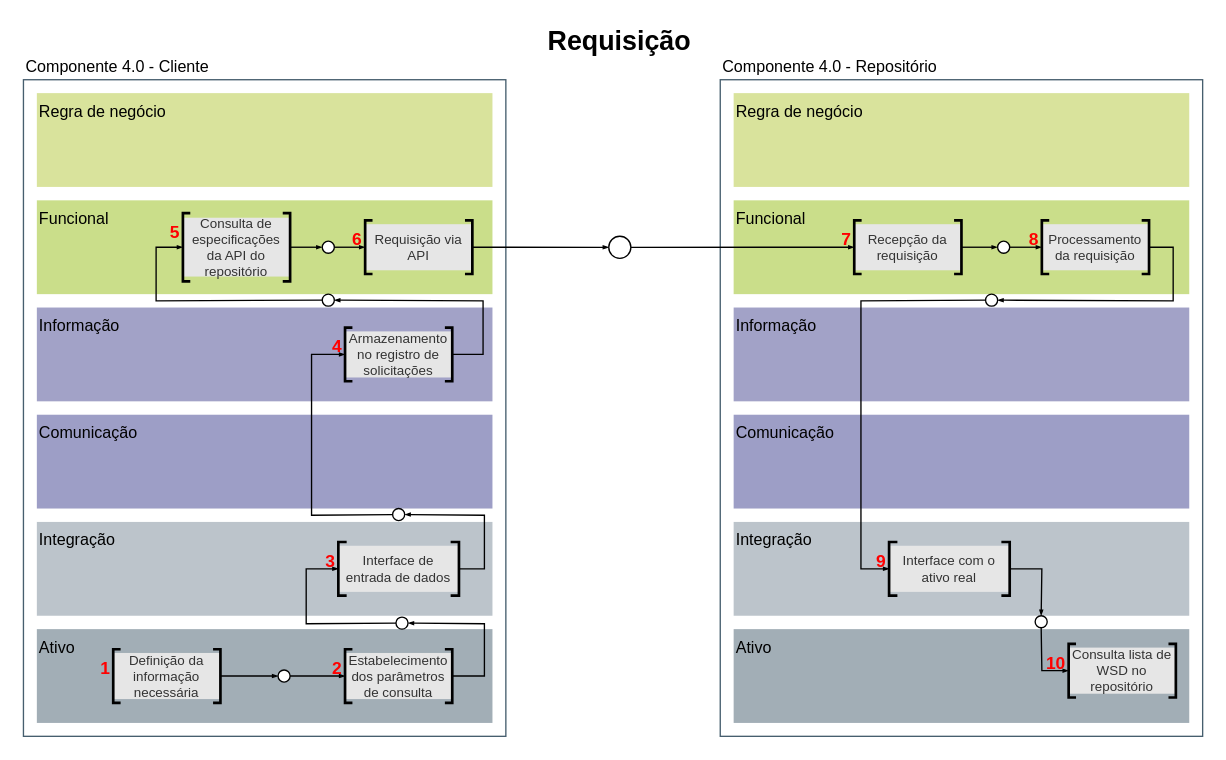
Before: page "rami-busca-requisicao" (11 of 16) of imagens/diagramas/diagramas.drawio in hvitoi/i4.0-PLM, a draw.io diagram. Source tidied: cells renumbered, new cells numbered last; positions are measured from the earlier drawing's top-left corner, leaving out a move shared by most shapes. Both pictures are drawn from the tidied source at 134%, with x=0, y=0 at pixel (23, 25).
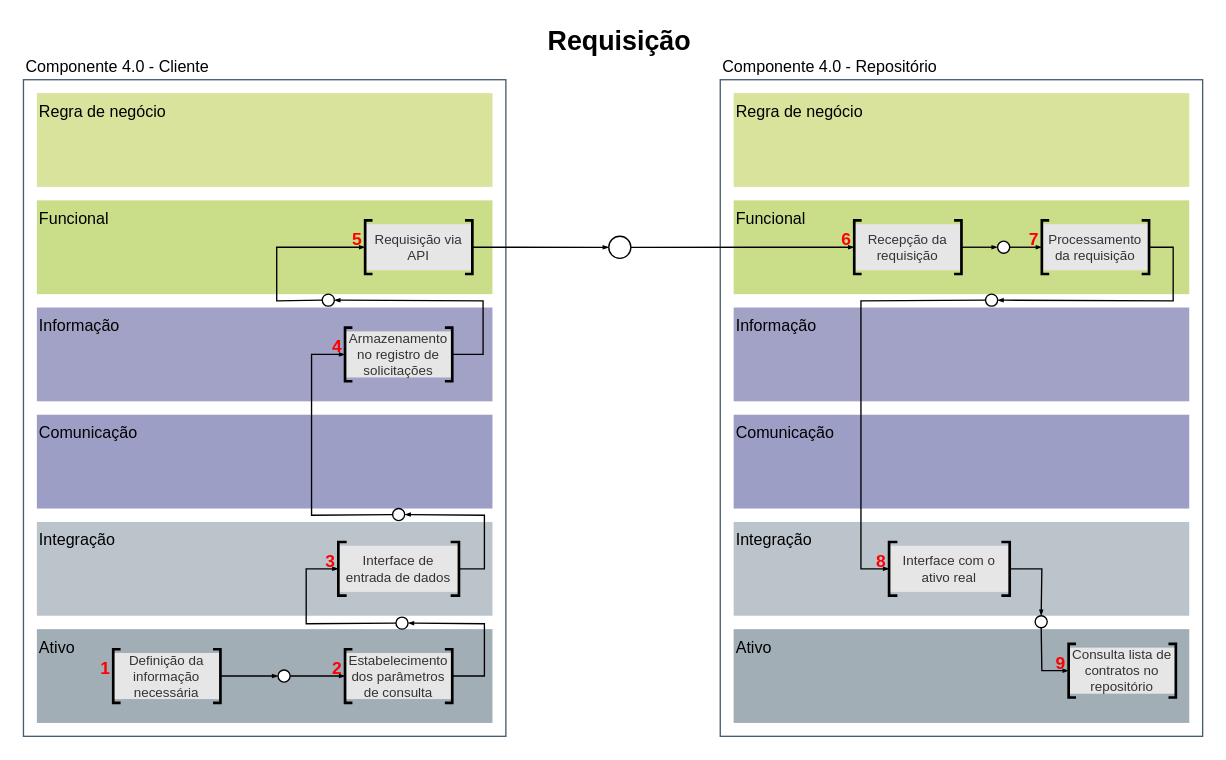
The same diagram, later.

The change refers to these unchanged cells:
```xml
<mxCell id="4" style="group;" parent="3" vertex="1">
  <mxGeometry width="350" height="480" as="geometry" />
</mxCell>
<mxCell id="38" style="group;" parent="37" vertex="1">
  <mxGeometry width="350" height="480" as="geometry" />
</mxCell>
<mxCell id="56" style="ellipse;whiteSpace=wrap;html=1;labelBackgroundColor=none;strokeColor=#000000;strokeWidth=1;fillColor=#ffffff;fontSize=10;fontColor=#000000;" parent="38" vertex="1">
  <mxGeometry x="213" y="150" width="9" height="9" as="geometry" />
</mxCell>
<mxCell id="79" style="strokeWidth=2;html=1;shape=mxgraph.flowchart.annotation_1;align=left;" parent="77" vertex="1">
  <mxGeometry width="5.5" height="40" as="geometry" />
</mxCell>
```

What changed in the source:
```diff
@@
-    <mxCell id="18" value="7" style="group;fontStyle=1;labelPosition=left;verticalLabelPosition=middle;align=right;verticalAlign=top;fontSize=13;fontColor=#FF0000;" parent="4" vertex="1">
+    <mxCell id="18" value="6" style="group;fontStyle=1;labelPosition=left;verticalLabelPosition=middle;align=right;verticalAlign=top;fontSize=13;fontColor=#FF0000;" parent="4" vertex="1">
       <mxGeometry x="90" y="95" width="80" height="40" as="geometry" />
     </mxCell>
@@
-    <mxCell id="22" value="8" style="group;fontStyle=1;labelPosition=left;verticalLabelPosition=middle;align=right;verticalAlign=top;fontSize=13;fontColor=#FF0000;" parent="4" vertex="1">
+    <mxCell id="22" value="7" style="group;fontStyle=1;labelPosition=left;verticalLabelPosition=middle;align=right;verticalAlign=top;fontSize=13;fontColor=#FF0000;" parent="4" vertex="1">
       <mxGeometry x="230" y="95" width="80" height="40" as="geometry" />
     </mxCell>
@@
-    <mxCell id="26" value="10" style="group;fontStyle=1;labelPosition=left;verticalLabelPosition=middle;align=right;verticalAlign=top;fontSize=13;fontColor=#FF0000;" parent="4" vertex="1">
+    <mxCell id="26" value="9" style="group;fontStyle=1;labelPosition=left;verticalLabelPosition=middle;align=right;verticalAlign=top;fontSize=13;fontColor=#FF0000;" parent="4" vertex="1">
       <mxGeometry x="250" y="411" width="80" height="40" as="geometry" />
     </mxCell>
-    <mxCell id="27" value="Consulta lista de WSD no repositório" style="rounded=0;whiteSpace=wrap;labelBackgroundColor=none;fontSize=10;fontColor=#333333;strokeColor=none;fontStyle=0;fillColor=#E6E6E6;" parent="26" vertex="1">
+    <mxCell id="27" value="Consulta lista de contratos no repositório" style="rounded=0;whiteSpace=wrap;labelBackgroundColor=none;fontSize=10;fontColor=#333333;strokeColor=none;fontStyle=0;fillColor=#E6E6E6;" parent="26" vertex="1">
       <mxGeometry y="2.8" width="80" height="34.4" as="geometry" />
     </mxCell>
@@
-    <mxCell id="33" value="9" style="group;labelPosition=left;verticalLabelPosition=middle;align=right;verticalAlign=top;fontSize=13;fontStyle=1;fontColor=#FF0000;" parent="4" vertex="1">
+    <mxCell id="33" value="8" style="group;labelPosition=left;verticalLabelPosition=middle;align=right;verticalAlign=top;fontSize=13;fontStyle=1;fontColor=#FF0000;" parent="4" vertex="1">
       <mxGeometry x="116" y="335" width="90" height="40" as="geometry" />
     </mxCell>
@@
-    <mxCell id="57" style="endArrow=blockThin;html=1;fontSize=10;fontColor=#000000;strokeWidth=1;endFill=1;endSize=2;startSize=5;jumpSize=6;exitX=0;exitY=0.5;exitDx=0;exitDy=0;entryX=0;entryY=0.5;entryDx=0;entryDy=0;rounded=0;entryPerimeter=0;" parent="38" edge="1" source="56" target="83">
+    <mxCell id="57" style="endArrow=blockThin;html=1;fontSize=10;fontColor=#000000;strokeWidth=1;endFill=1;endSize=2;startSize=5;jumpSize=6;exitX=0;exitY=0.5;exitDx=0;exitDy=0;entryX=0;entryY=0.5;entryDx=0;entryDy=0;rounded=0;entryPerimeter=0;" parent="38" edge="1" source="56" target="79">
       <mxGeometry relative="1" as="geometry">
         <Array as="points">
-          <mxPoint x="89" y="155" />
-          <mxPoint x="89" y="115" />
+          <mxPoint x="179" y="155" />
+          <mxPoint x="179" y="115" />
         </Array>
       </mxGeometry>
     </mxCell>
@@
-    <mxCell id="74" style="endArrow=blockThin;html=1;fontSize=10;fontColor=#000000;strokeWidth=1;endFill=1;endSize=2;startSize=5;jumpSize=6;exitX=0;exitY=0.5;exitDx=0;exitDy=0;exitPerimeter=0;entryX=0;entryY=0.5;entryDx=0;entryDy=0;" parent="38" edge="1" target="75">
-      <mxGeometry relative="1" as="geometry">
-        <mxPoint x="189" y="115" as="sourcePoint" />
-      </mxGeometry>
-    </mxCell>
-    <mxCell id="75" style="ellipse;whiteSpace=wrap;html=1;labelBackgroundColor=none;strokeColor=#000000;strokeWidth=1;fillColor=#ffffff;fontSize=10;fontColor=#000000;" parent="38" vertex="1">
-      <mxGeometry x="213" y="110.5" width="9" height="9" as="geometry" />
-    </mxCell>
-    <mxCell id="76" style="endArrow=blockThin;html=1;fontSize=10;fontColor=#000000;strokeWidth=1;endFill=1;endSize=2;startSize=5;jumpSize=6;exitX=1;exitY=0.5;exitDx=0;exitDy=0;entryX=0;entryY=0.5;entryDx=0;entryDy=0;entryPerimeter=0;" parent="38" edge="1" source="75" target="79">
-      <mxGeometry relative="1" as="geometry" />
-    </mxCell>
-    <mxCell id="77" value="6&#10;" style="group;fontStyle=1;labelPosition=left;verticalLabelPosition=middle;align=right;verticalAlign=top;fontSize=13;fontColor=#FF0000;" parent="38" vertex="1">
+    <mxCell id="77" value="5" style="group;fontStyle=1;labelPosition=left;verticalLabelPosition=middle;align=right;verticalAlign=top;fontSize=13;fontColor=#FF0000;" parent="38" vertex="1">
       <mxGeometry x="245" y="95" width="80" height="40" as="geometry" />
     </mxCell>
@@
-    <mxCell id="81" value="5" style="group;fontStyle=1;labelPosition=left;verticalLabelPosition=middle;align=right;verticalAlign=top;fontSize=13;fontColor=#FF0000;" parent="38" vertex="1">
-      <mxGeometry x="109" y="89.5" width="80" height="51" as="geometry" />
-    </mxCell>
-    <mxCell id="82" value="Consulta de especificações da API do repositório" style="rounded=0;whiteSpace=wrap;labelBackgroundColor=none;fontSize=10;fontColor=#333333;strokeColor=none;fontStyle=0;fillColor=#E6E6E6;" parent="81" vertex="1">
-      <mxGeometry y="3.5" width="80" height="43.9" as="geometry" />
-    </mxCell>
-    <mxCell id="83" style="strokeWidth=2;html=1;shape=mxgraph.flowchart.annotation_1;align=left;" parent="81" vertex="1">
-      <mxGeometry width="5.5" height="51" as="geometry" />
-    </mxCell>
-    <mxCell id="84" style="strokeWidth=2;html=1;shape=mxgraph.flowchart.annotation_1;align=left;rotation=-180;" parent="81" vertex="1">
-      <mxGeometry x="74.5" width="5.5" height="51" as="geometry" />
-    </mxCell>
```
